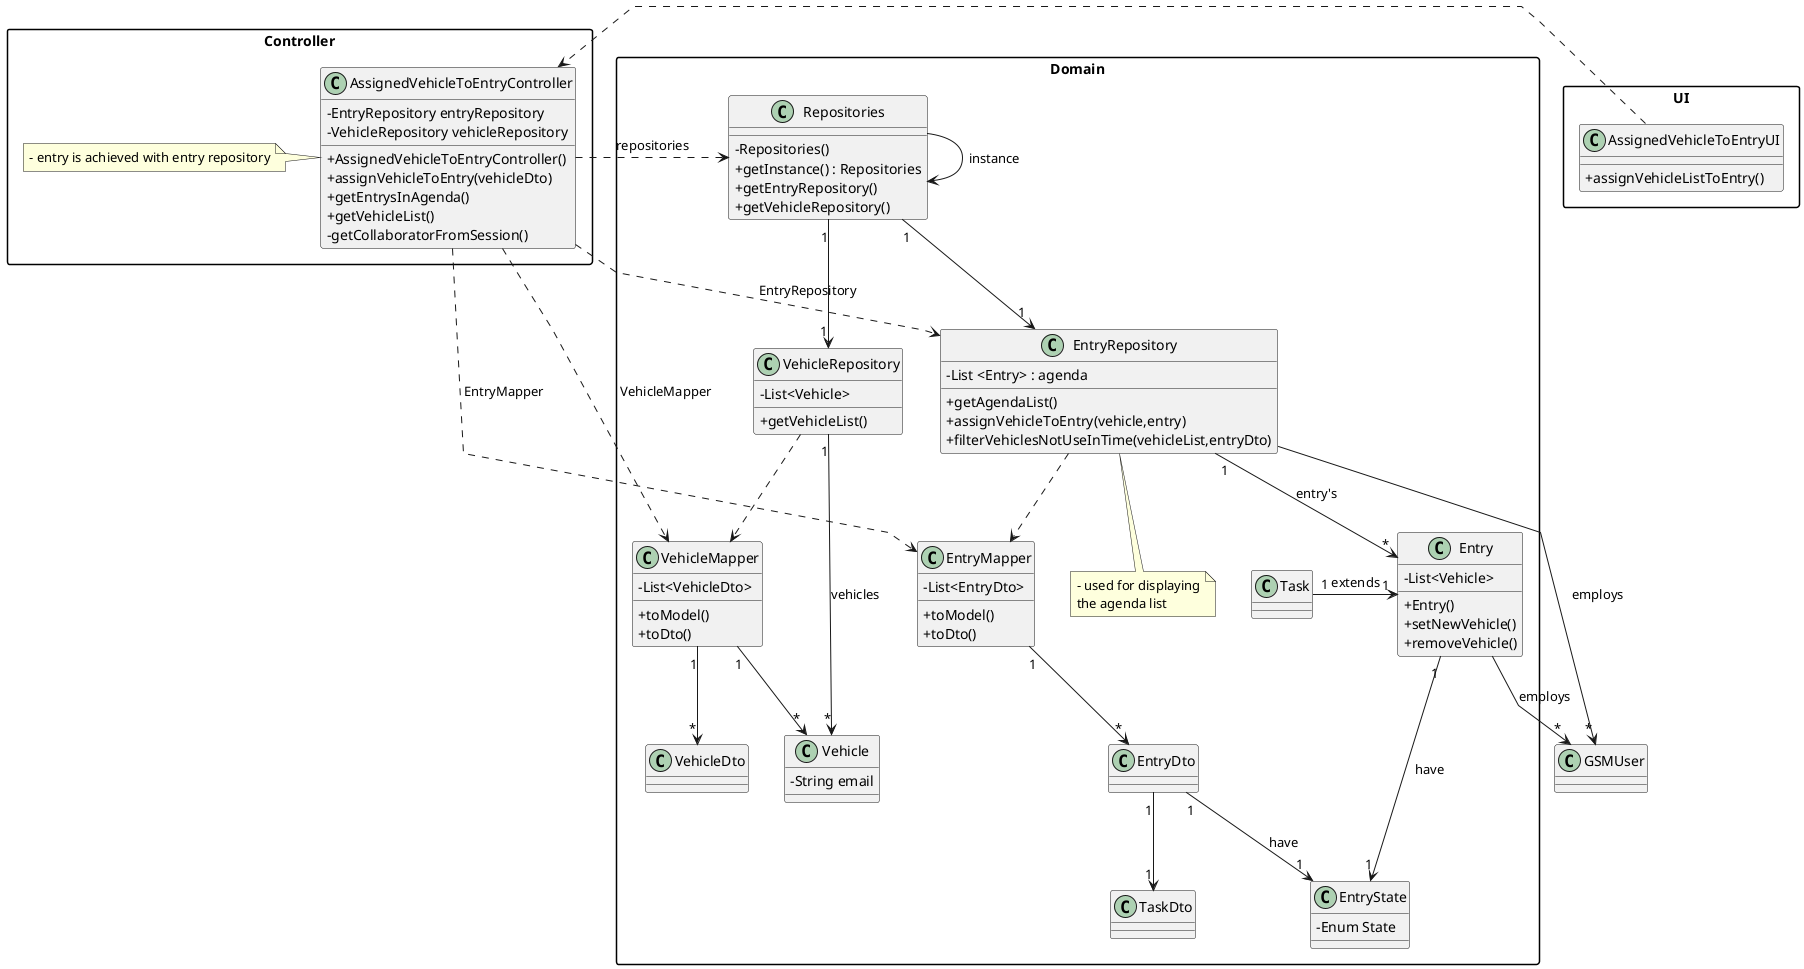
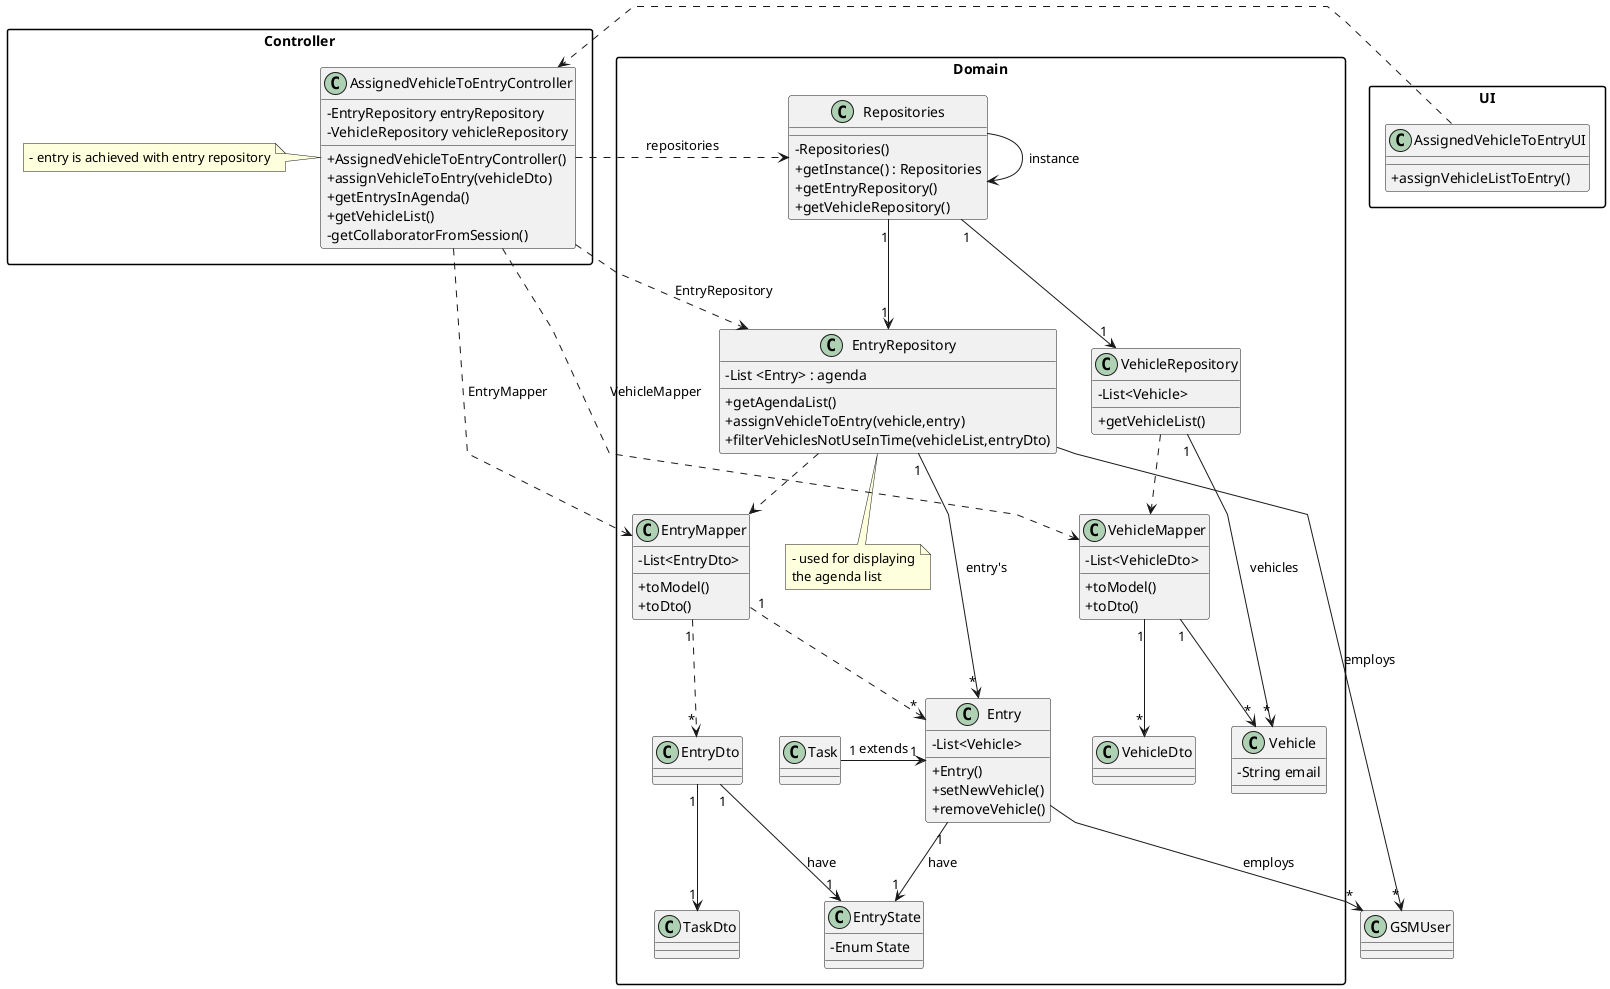
@startuml
'skinparam monochrome true
skinparam packageStyle rectangle
skinparam shadowing false
skinparam linetype polyline
'skinparam linetype orto

skinparam classAttributeIconSize 0

'left to right direction

package "Domain" {
class Entry {
    - List<Vehicle>
    + Entry()
    + setNewVehicle()
    + removeVehicle()
}

class EntryState{
    -Enum State
}

class TaskDto{
}
class EntryRepository {
    - List <Entry> : agenda

    + getAgendaList()
    + assignVehicleToEntry(vehicle,entry)
    + filterVehiclesNotUseInTime(vehicleList,entryDto)
}


note bottom of EntryRepository
    - used for displaying
    the agenda list
end note

class VehicleRepository{
    - List<Vehicle>

    + getVehicleList()
}

class Vehicle {
    - String email
}


class Repositories {
    - Repositories()
    + getInstance() : Repositories
    + getEntryRepository()
    + getVehicleRepository()
}

class EntryMapper{
    - List<EntryDto>
    + toModel()
    + toDto()
}

class Task{
}

class EntryDto{
}

class VehicleMapper{
    - List<VehicleDto>
    + toModel()
    + toDto()
}

class VehicleDto{
}

}



class GSMUser {
}


package "Controller"{

class AssignedVehicleToEntryController {
    - EntryRepository entryRepository
    - VehicleRepository vehicleRepository
    + AssignedVehicleToEntryController()
    + assignVehicleToEntry(vehicleDto)
    + getEntrysInAgenda()
    + getVehicleList()
    - getCollaboratorFromSession()
}

note left of AssignedVehicleToEntryController
    - entry is achieved with entry repository
end note


}



package "UI"{

class AssignedVehicleToEntryUI {
    + assignVehicleListToEntry()
}

}
Repositories -> Repositories : instance


AssignedVehicleToEntryUI .> AssignedVehicleToEntryController

AssignedVehicleToEntryController .> Repositories : repositories
Repositories "1" --> "1" EntryRepository
Repositories "1" --> "1" VehicleRepository

AssignedVehicleToEntryController ..> EntryRepository : EntryRepository
AssignedVehicleToEntryController ..> EntryMapper : EntryMapper
AssignedVehicleToEntryController ..> VehicleMapper : VehicleMapper

- EntryMapper "1" --> "*" EntryDto
+ EntryMapper "1" ..> "*" EntryDto
+ EntryMapper "1" ..> "*" Entry

VehicleRepository "1" --> "*" Vehicle : vehicles
VehicleMapper "1" --> "*" Vehicle

EntryRepository "1" --> "*" Entry : entry's
EntryRepository --> "*" GSMUser : employs
EntryRepository ..> EntryMapper
VehicleRepository ..> VehicleMapper

VehicleMapper "1" --> "*" VehicleDto

Entry --> "*" GSMUser : employs
Task "1" -> "1" Entry : extends

Entry "1" --> "1" EntryState : have
EntryDto "1" --> "1" EntryState : have
EntryDto "1" --> "1" TaskDto

@enduml